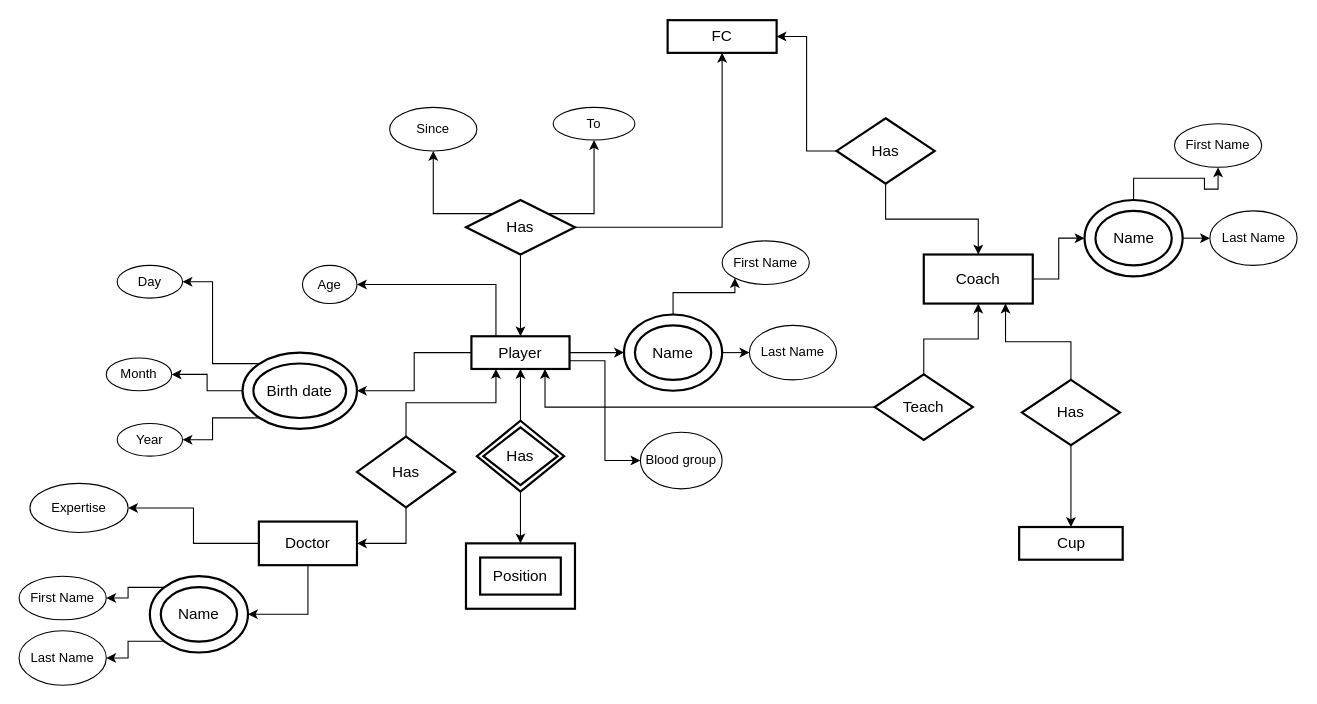
Before: ER-Assignment.drawio in ali4heydari/AP_19, a draw.io diagram. Source tidied: cells renumbered, new cells numbered last; positions are measured from the earlier drawing's top-left corner, leaving out a move shared by most shapes. Both pictures are drawn from the tidied source at 109%, with x=0, y=0 at pixel (19, 20).
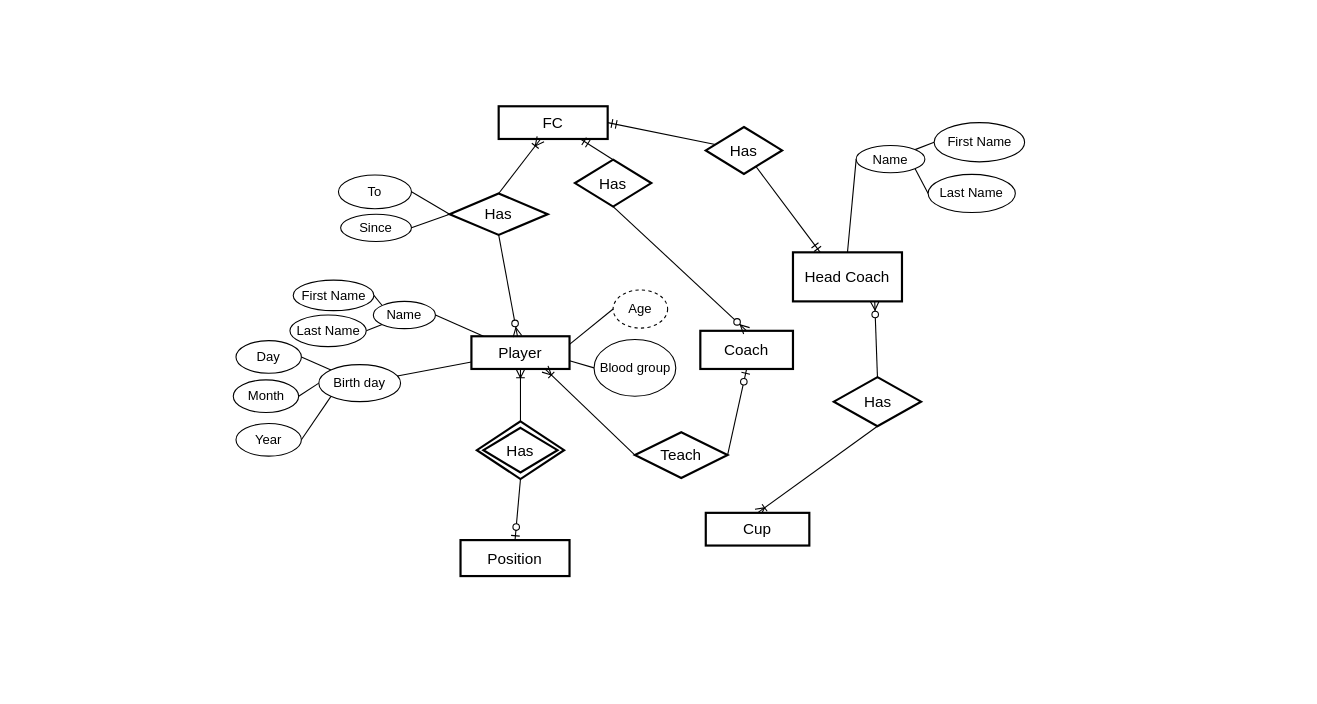
Above is the later version.

The change refers to these unchanged cells:
```xml
<mxCell id="7" value="Player&lt;br&gt;" style="strokeWidth=2;whiteSpace=wrap;html=1;align=center;fontSize=14;" parent="1" vertex="1">
  <mxGeometry x="415" y="290" width="90" height="30" as="geometry" />
</mxCell>
```

The edit, as a diff of the source:
```diff
@@
     <mxCell id="2" value="FC" style="strokeWidth=2;whiteSpace=wrap;html=1;align=center;fontSize=14;" parent="1" vertex="1">
-      <mxGeometry x="595" width="100" height="30" as="geometry" />
+      <mxGeometry x="440" y="79" width="100" height="30" as="geometry" />
     </mxCell>
-    <mxCell id="3" style="edgeStyle=orthogonalEdgeStyle;rounded=0;jettySize=auto;html=1;" parent="1" edge="1" source="7" target="18">
+    <mxCell id="3" style="rounded=0;jettySize=auto;html=1;entryX=1;entryY=0.5;entryDx=0;entryDy=0;endArrow=none;endFill=0;" parent="1" edge="1" source="7" target="63">
       <mxGeometry relative="1" as="geometry" />
     </mxCell>
-    <mxCell id="4" style="edgeStyle=orthogonalEdgeStyle;rounded=0;jettySize=auto;html=1;entryX=1;entryY=0.5;entryDx=0;entryDy=0;" parent="1" edge="1" source="7" target="26">
+    <mxCell id="4" style="rounded=0;jettySize=auto;html=1;endArrow=none;endFill=0;" parent="1" edge="1" source="7" target="62">
       <mxGeometry relative="1" as="geometry" />
     </mxCell>
-    <mxCell id="5" style="edgeStyle=orthogonalEdgeStyle;rounded=0;jettySize=auto;html=1;exitX=1;exitY=0.75;exitDx=0;exitDy=0;entryX=0;entryY=0.5;entryDx=0;entryDy=0;" parent="1" edge="1" source="7" target="21">
+    <mxCell id="5" style="rounded=0;jettySize=auto;html=1;exitX=1;exitY=0.75;exitDx=0;exitDy=0;entryX=0;entryY=0.5;entryDx=0;entryDy=0;endArrow=none;endFill=0;" parent="1" edge="1" source="7" target="21">
       <mxGeometry relative="1" as="geometry" />
     </mxCell>
-    <mxCell id="6" style="edgeStyle=orthogonalEdgeStyle;rounded=0;jettySize=auto;html=1;exitX=0.25;exitY=0;exitDx=0;exitDy=0;entryX=1;entryY=0.5;entryDx=0;entryDy=0;" parent="1" edge="1" source="7" target="22">
+    <mxCell id="6" style="rounded=0;jettySize=auto;html=1;exitX=1;exitY=0.25;exitDx=0;exitDy=0;entryX=0;entryY=0.5;entryDx=0;entryDy=0;endArrow=none;endFill=0;" parent="1" edge="1" source="7" target="22">
       <mxGeometry relative="1" as="geometry" />
     </mxCell>
@@
-    <mxCell id="8" style="edgeStyle=orthogonalEdgeStyle;rounded=0;jettySize=auto;html=1;" parent="1" edge="1" source="12" target="7">
+    <mxCell id="8" style="rounded=0;jettySize=auto;html=1;endArrow=ERzeroToMany;endFill=1;exitX=0.5;exitY=1;exitDx=0;exitDy=0;" parent="1" edge="1" source="12" target="7">
       <mxGeometry relative="1" as="geometry" />
     </mxCell>
-    <mxCell id="9" style="edgeStyle=orthogonalEdgeStyle;rounded=0;jettySize=auto;html=1;" parent="1" edge="1" source="12" target="2">
+    <mxCell id="9" style="rounded=0;jettySize=auto;html=1;endArrow=ERoneToMany;endFill=0;exitX=0.5;exitY=0;exitDx=0;exitDy=0;" parent="1" edge="1" source="12" target="2">
       <mxGeometry relative="1" as="geometry" />
     </mxCell>
-    <mxCell id="10" style="edgeStyle=orthogonalEdgeStyle;rounded=0;jettySize=auto;html=1;exitX=0;exitY=0;exitDx=0;exitDy=0;entryX=0.5;entryY=1;entryDx=0;entryDy=0;" parent="1" edge="1" source="12" target="61">
-      <mxGeometry relative="1" as="geometry">
-        <Array as="points">
-          <mxPoint x="380" y="177" />
-        </Array>
-      </mxGeometry>
+    <mxCell id="10" style="rounded=0;jettySize=auto;html=1;exitX=0;exitY=0.5;exitDx=0;exitDy=0;endArrow=none;endFill=0;entryX=1;entryY=0.5;entryDx=0;entryDy=0;" parent="1" edge="1" source="12" target="61">
+      <mxGeometry relative="1" as="geometry" />
     </mxCell>
-    <mxCell id="11" style="edgeStyle=orthogonalEdgeStyle;rounded=0;jettySize=auto;html=1;exitX=1;exitY=0;exitDx=0;exitDy=0;entryX=0.5;entryY=1;entryDx=0;entryDy=0;" parent="1" edge="1" source="12" target="60">
-      <mxGeometry relative="1" as="geometry">
-        <Array as="points">
-          <mxPoint x="528" y="177" />
-        </Array>
-      </mxGeometry>
+    <mxCell id="11" style="rounded=0;jettySize=auto;html=1;exitX=0;exitY=0.5;exitDx=0;exitDy=0;entryX=1;entryY=0.5;entryDx=0;entryDy=0;endArrow=none;endFill=0;" parent="1" edge="1" source="12" target="60">
+      <mxGeometry relative="1" as="geometry" />
     </mxCell>
     <mxCell id="12" value="Has" style="shape=rhombus;strokeWidth=2;fontSize=17;perimeter=rhombusPerimeter;whiteSpace=wrap;html=1;align=center;fontSize=14;" parent="1" vertex="1">
-      <mxGeometry x="410" y="165" width="100" height="50" as="geometry" />
+      <mxGeometry x="395" y="159" width="90" height="38" as="geometry" />
     </mxCell>
-    <mxCell id="13" value="Position&lt;br&gt;" style="shape=ext;strokeWidth=2;margin=10;double=1;whiteSpace=wrap;html=1;align=center;fontSize=14;" parent="1" vertex="1">
-      <mxGeometry x="410" y="480" width="100" height="60" as="geometry" />
-    </mxCell>
-    <mxCell id="14" style="edgeStyle=orthogonalEdgeStyle;rounded=0;jettySize=auto;html=1;entryX=0.5;entryY=1;entryDx=0;entryDy=0;exitX=0.5;exitY=0;exitDx=0;exitDy=0;" parent="1" edge="1" source="59" target="7">
+    <mxCell id="14" style="edgeStyle=orthogonalEdgeStyle;rounded=0;jettySize=auto;html=1;entryX=0.5;entryY=1;entryDx=0;entryDy=0;exitX=0.5;exitY=0;exitDx=0;exitDy=0;endArrow=ERoneToMany;endFill=0;" parent="1" edge="1" source="59" target="7">
       <mxGeometry relative="1" as="geometry" />
     </mxCell>
-    <mxCell id="15" style="edgeStyle=orthogonalEdgeStyle;rounded=0;jettySize=auto;html=1;entryX=0.5;entryY=0;entryDx=0;entryDy=0;exitX=0.5;exitY=1;exitDx=0;exitDy=0;" parent="1" edge="1" source="59" target="13">
+    <mxCell id="15" style="rounded=0;jettySize=auto;html=1;entryX=0.5;entryY=0;entryDx=0;entryDy=0;exitX=0.5;exitY=1;exitDx=0;exitDy=0;endArrow=ERzeroToOne;endFill=1;" parent="1" edge="1" source="59" target="13">
       <mxGeometry relative="1" as="geometry" />
     </mxCell>
-    <mxCell id="16" style="edgeStyle=orthogonalEdgeStyle;rounded=0;jettySize=auto;html=1;exitX=1;exitY=0.5;exitDx=0;exitDy=0;entryX=0;entryY=0.5;entryDx=0;entryDy=0;" parent="1" edge="1" source="18" target="20">
+    <mxCell id="16" style="rounded=0;jettySize=auto;html=1;exitX=0;exitY=1;exitDx=0;exitDy=0;entryX=1;entryY=0.5;entryDx=0;entryDy=0;endArrow=none;endFill=0;" parent="1" edge="1" source="63" target="20">
       <mxGeometry relative="1" as="geometry" />
     </mxCell>
-    <mxCell id="17" style="edgeStyle=orthogonalEdgeStyle;rounded=0;jettySize=auto;html=1;exitX=0.5;exitY=0;exitDx=0;exitDy=0;entryX=0;entryY=1;entryDx=0;entryDy=0;" parent="1" edge="1" source="18" target="19">
+    <mxCell id="17" style="rounded=0;jettySize=auto;html=1;exitX=0;exitY=0;exitDx=0;exitDy=0;entryX=1;entryY=0.5;entryDx=0;entryDy=0;endArrow=none;endFill=0;" parent="1" edge="1" source="63" target="19">
       <mxGeometry relative="1" as="geometry" />
     </mxCell>
-    <mxCell id="18" value="Name" style="ellipse;shape=doubleEllipse;margin=10;strokeWidth=2;fontSize=14;whiteSpace=wrap;html=1;align=center;" parent="1" vertex="1">
-      <mxGeometry x="555" y="270" width="90" height="70" as="geometry" />
-    </mxCell>
     <mxCell id="19" value="First Name&lt;br&gt;" style="ellipse;whiteSpace=wrap;html=1;" parent="1" vertex="1">
-      <mxGeometry x="645" y="202.5" width="80" height="40" as="geometry" />
+      <mxGeometry x="251.5" y="238.5" width="74" height="28" as="geometry" />
     </mxCell>
     <mxCell id="20" value="Last Name" style="ellipse;whiteSpace=wrap;html=1;" parent="1" vertex="1">
-      <mxGeometry x="670" y="280" width="80" height="50" as="geometry" />
+      <mxGeometry x="248.5" y="270.5" width="70" height="29" as="geometry" />
     </mxCell>
     <mxCell id="21" value="Blood group" style="ellipse;whiteSpace=wrap;html=1;" parent="1" vertex="1">
-      <mxGeometry x="570" y="378" width="75" height="52" as="geometry" />
+      <mxGeometry x="527.5" y="293" width="75" height="52" as="geometry" />
     </mxCell>
-    <mxCell id="22" value="Age" style="ellipse;whiteSpace=wrap;html=1;" parent="1" vertex="1">
-      <mxGeometry x="260" y="225" width="50" height="35" as="geometry" />
+    <mxCell id="22" value="Age" style="ellipse;whiteSpace=wrap;html=1;dashed=1;" parent="1" vertex="1">
+      <mxGeometry x="545" y="247.5" width="50" height="35" as="geometry" />
     </mxCell>
-    <mxCell id="23" style="edgeStyle=orthogonalEdgeStyle;rounded=0;jettySize=auto;html=1;entryX=1;entryY=0.5;entryDx=0;entryDy=0;" parent="1" edge="1" source="26" target="28">
+    <mxCell id="23" style="rounded=0;jettySize=auto;html=1;entryX=1;entryY=0.5;entryDx=0;entryDy=0;exitX=0;exitY=0.5;exitDx=0;exitDy=0;endArrow=none;endFill=0;" parent="1" edge="1" source="62" target="28">
       <mxGeometry relative="1" as="geometry" />
     </mxCell>
-    <mxCell id="24" style="edgeStyle=orthogonalEdgeStyle;rounded=0;jettySize=auto;html=1;exitX=0;exitY=1;exitDx=0;exitDy=0;entryX=1;entryY=0.5;entryDx=0;entryDy=0;" parent="1" edge="1" source="26" target="29">
+    <mxCell id="24" style="rounded=0;jettySize=auto;html=1;exitX=0;exitY=1;exitDx=0;exitDy=0;entryX=1;entryY=0.5;entryDx=0;entryDy=0;endArrow=none;endFill=0;" parent="1" edge="1" source="62" target="29">
       <mxGeometry relative="1" as="geometry" />
     </mxCell>
-    <mxCell id="25" style="edgeStyle=orthogonalEdgeStyle;rounded=0;jettySize=auto;html=1;exitX=0;exitY=0;exitDx=0;exitDy=0;entryX=1;entryY=0.5;entryDx=0;entryDy=0;" parent="1" edge="1" source="26" target="27">
+    <mxCell id="25" style="rounded=0;jettySize=auto;html=1;exitX=0;exitY=0;exitDx=0;exitDy=0;entryX=1;entryY=0.5;entryDx=0;entryDy=0;endArrow=none;endFill=0;" parent="1" edge="1" source="62" target="27">
       <mxGeometry relative="1" as="geometry" />
     </mxCell>
-    <mxCell id="26" value="Birth date" style="ellipse;shape=doubleEllipse;margin=10;strokeWidth=2;fontSize=14;whiteSpace=wrap;html=1;align=center;" parent="1" vertex="1">
-      <mxGeometry x="205" y="305" width="105" height="70" as="geometry" />
-    </mxCell>
     <mxCell id="27" value="Day" style="ellipse;whiteSpace=wrap;html=1;" parent="1" vertex="1">
-      <mxGeometry x="90" y="225" width="60" height="30" as="geometry" />
+      <mxGeometry x="199" y="294" width="60" height="30" as="geometry" />
     </mxCell>
     <mxCell id="28" value="Month" style="ellipse;whiteSpace=wrap;html=1;" parent="1" vertex="1">
-      <mxGeometry x="80" y="310" width="60" height="30" as="geometry" />
+      <mxGeometry x="196.5" y="330" width="60" height="30" as="geometry" />
     </mxCell>
     <mxCell id="29" value="Year" style="ellipse;whiteSpace=wrap;html=1;" parent="1" vertex="1">
-      <mxGeometry x="90" y="370" width="60" height="30" as="geometry" />
+      <mxGeometry x="199" y="370" width="60" height="30" as="geometry" />
     </mxCell>
-    <mxCell id="30" style="edgeStyle=orthogonalEdgeStyle;rounded=0;jettySize=auto;html=1;entryX=0;entryY=0.5;entryDx=0;entryDy=0;" parent="1" edge="1" source="31" target="37">
+    <mxCell id="30" style="rounded=0;jettySize=auto;html=1;entryX=0;entryY=0.5;entryDx=0;entryDy=0;endArrow=none;endFill=0;exitX=0.5;exitY=0;exitDx=0;exitDy=0;" parent="1" edge="1" source="31" target="68">
       <mxGeometry relative="1" as="geometry" />
     </mxCell>
-    <mxCell id="31" value="Coach" style="strokeWidth=2;whiteSpace=wrap;html=1;align=center;fontSize=14;" parent="1" vertex="1">
-      <mxGeometry x="830" y="215" width="100" height="45" as="geometry" />
+    <mxCell id="31" value="Head Coach" style="strokeWidth=2;whiteSpace=wrap;html=1;align=center;fontSize=14;" parent="1" vertex="1">
+      <mxGeometry x="710" y="213" width="100" height="45" as="geometry" />
     </mxCell>
-    <mxCell id="32" style="edgeStyle=orthogonalEdgeStyle;rounded=0;jettySize=auto;html=1;entryX=0.5;entryY=0;entryDx=0;entryDy=0;" parent="1" edge="1" source="34" target="31">
+    <mxCell id="32" style="rounded=0;jettySize=auto;html=1;entryX=0.25;entryY=0;entryDx=0;entryDy=0;endArrow=ERmandOne;endFill=0;" parent="1" edge="1" source="34" target="31">
       <mxGeometry relative="1" as="geometry" />
     </mxCell>
-    <mxCell id="33" style="edgeStyle=orthogonalEdgeStyle;rounded=0;jettySize=auto;html=1;entryX=1;entryY=0.5;entryDx=0;entryDy=0;" parent="1" edge="1" source="34" target="2">
+    <mxCell id="33" style="rounded=0;jettySize=auto;html=1;entryX=1;entryY=0.5;entryDx=0;entryDy=0;endArrow=ERmandOne;endFill=0;" parent="1" edge="1" source="34" target="2">
       <mxGeometry relative="1" as="geometry" />
     </mxCell>
     <mxCell id="34" value="Has" style="shape=rhombus;strokeWidth=2;fontSize=17;perimeter=rhombusPerimeter;whiteSpace=wrap;html=1;align=center;fontSize=14;" parent="1" vertex="1">
-      <mxGeometry x="750" y="90" width="90" height="60" as="geometry" />
+      <mxGeometry x="630" y="98" width="70" height="43" as="geometry" />
     </mxCell>
-    <mxCell id="35" style="edgeStyle=orthogonalEdgeStyle;rounded=0;jettySize=auto;html=1;entryX=0.5;entryY=1;entryDx=0;entryDy=0;" parent="1" edge="1" source="37" target="38">
-      <mxGeometry relative="1" as="geometry" />
-    </mxCell>
-    <mxCell id="36" style="edgeStyle=orthogonalEdgeStyle;rounded=0;jettySize=auto;html=1;exitX=1;exitY=0.5;exitDx=0;exitDy=0;entryX=0;entryY=0.5;entryDx=0;entryDy=0;" parent="1" edge="1" source="37" target="39">
-      <mxGeometry relative="1" as="geometry" />
-    </mxCell>
-    <mxCell id="37" value="Name" style="ellipse;shape=doubleEllipse;margin=10;strokeWidth=2;fontSize=14;whiteSpace=wrap;html=1;align=center;" parent="1" vertex="1">
-      <mxGeometry x="977.5" y="165" width="90" height="70" as="geometry" />
-    </mxCell>
-    <mxCell id="38" value="First Name&lt;br&gt;" style="ellipse;whiteSpace=wrap;html=1;" parent="1" vertex="1">
-      <mxGeometry x="1060" y="95" width="80" height="40" as="geometry" />
-    </mxCell>
-    <mxCell id="39" value="Last Name" style="ellipse;whiteSpace=wrap;html=1;" parent="1" vertex="1">
-      <mxGeometry x="1092.5" y="175" width="80" height="50" as="geometry" />
-    </mxCell>
-    <mxCell id="40" style="edgeStyle=orthogonalEdgeStyle;rounded=0;jettySize=auto;html=1;entryX=0.75;entryY=1;entryDx=0;entryDy=0;" parent="1" edge="1" source="42" target="7">
+    <mxCell id="40" style="rounded=0;jettySize=auto;html=1;entryX=0.75;entryY=1;entryDx=0;entryDy=0;strokeColor=#000000;endArrow=ERoneToMany;endFill=0;exitX=0;exitY=0.5;exitDx=0;exitDy=0;" parent="1" edge="1" source="42" target="7">
       <mxGeometry relative="1" as="geometry" />
     </mxCell>
-    <mxCell id="41" style="edgeStyle=orthogonalEdgeStyle;rounded=0;jettySize=auto;html=1;exitX=0.5;exitY=0;exitDx=0;exitDy=0;entryX=0.5;entryY=1;entryDx=0;entryDy=0;" parent="1" edge="1" source="42" target="31">
+    <mxCell id="41" style="rounded=0;jettySize=auto;html=1;exitX=1;exitY=0.5;exitDx=0;exitDy=0;entryX=0.5;entryY=1;entryDx=0;entryDy=0;endArrow=ERzeroToOne;endFill=1;" parent="1" edge="1" source="42" target="69">
       <mxGeometry relative="1" as="geometry" />
     </mxCell>
     <mxCell id="42" value="Teach" style="shape=rhombus;strokeWidth=2;fontSize=17;perimeter=rhombusPerimeter;whiteSpace=wrap;html=1;align=center;fontSize=14;" parent="1" vertex="1">
-      <mxGeometry x="785" y="325" width="90" height="60" as="geometry" />
+      <mxGeometry x="565" y="378" width="85" height="42" as="geometry" />
     </mxCell>
-    <mxCell id="43" style="edgeStyle=orthogonalEdgeStyle;rounded=0;jettySize=auto;html=1;exitX=0.5;exitY=0;exitDx=0;exitDy=0;entryX=0.75;entryY=1;entryDx=0;entryDy=0;" parent="1" edge="1" source="45" target="31">
+    <mxCell id="43" style="rounded=0;jettySize=auto;html=1;exitX=0.5;exitY=0;exitDx=0;exitDy=0;entryX=0.75;entryY=1;entryDx=0;entryDy=0;endArrow=ERzeroToMany;endFill=1;" parent="1" edge="1" source="45" target="31">
       <mxGeometry relative="1" as="geometry" />
     </mxCell>
-    <mxCell id="44" style="edgeStyle=orthogonalEdgeStyle;rounded=0;jettySize=auto;html=1;exitX=0.5;exitY=1;exitDx=0;exitDy=0;entryX=0.5;entryY=0;entryDx=0;entryDy=0;" parent="1" edge="1" source="45" target="46">
+    <mxCell id="44" style="rounded=0;jettySize=auto;html=1;exitX=0.5;exitY=1;exitDx=0;exitDy=0;entryX=0.5;entryY=0;entryDx=0;entryDy=0;endArrow=ERoneToMany;endFill=0;" parent="1" edge="1" source="45" target="46">
       <mxGeometry relative="1" as="geometry" />
     </mxCell>
     <mxCell id="45" value="Has" style="shape=rhombus;strokeWidth=2;fontSize=17;perimeter=rhombusPerimeter;whiteSpace=wrap;html=1;align=center;fontSize=14;" parent="1" vertex="1">
-      <mxGeometry x="920" y="330" width="90" height="60" as="geometry" />
+      <mxGeometry x="747.5" y="327.5" width="80" height="45" as="geometry" />
     </mxCell>
     <mxCell id="46" value="Cup" style="strokeWidth=2;whiteSpace=wrap;html=1;align=center;fontSize=14;" parent="1" vertex="1">
-      <mxGeometry x="917.5" y="465" width="95" height="30" as="geometry" />
+      <mxGeometry x="630" y="452" width="95" height="30" as="geometry" />
     </mxCell>
-    <mxCell id="47" style="edgeStyle=orthogonalEdgeStyle;rounded=0;jettySize=auto;html=1;exitX=0.5;exitY=1;exitDx=0;exitDy=0;entryX=1;entryY=0.5;entryDx=0;entryDy=0;" parent="1" edge="1" source="49" target="52">
-      <mxGeometry relative="1" as="geometry" />
-    </mxCell>
-    <mxCell id="48" style="edgeStyle=orthogonalEdgeStyle;rounded=0;jettySize=auto;html=1;" parent="1" edge="1" source="49" target="58">
-      <mxGeometry relative="1" as="geometry" />
-    </mxCell>
-    <mxCell id="49" value="Doctor" style="strokeWidth=2;whiteSpace=wrap;html=1;align=center;fontSize=14;" parent="1" vertex="1">
-      <mxGeometry x="220" y="460" width="90" height="40" as="geometry" />
-    </mxCell>
-    <mxCell id="50" style="edgeStyle=orthogonalEdgeStyle;rounded=0;jettySize=auto;html=1;exitX=0;exitY=0;exitDx=0;exitDy=0;entryX=1;entryY=0.5;entryDx=0;entryDy=0;" parent="1" edge="1" source="52" target="53">
-      <mxGeometry relative="1" as="geometry" />
-    </mxCell>
-    <mxCell id="51" style="edgeStyle=orthogonalEdgeStyle;rounded=0;jettySize=auto;html=1;exitX=0;exitY=1;exitDx=0;exitDy=0;entryX=1;entryY=0.5;entryDx=0;entryDy=0;" parent="1" edge="1" source="52" target="54">
-      <mxGeometry relative="1" as="geometry" />
-    </mxCell>
-    <mxCell id="52" value="Name" style="ellipse;shape=doubleEllipse;margin=10;strokeWidth=2;fontSize=14;whiteSpace=wrap;html=1;align=center;" parent="1" vertex="1">
-      <mxGeometry x="120" y="510.1" width="90" height="70" as="geometry" />
-    </mxCell>
-    <mxCell id="53" value="First Name&lt;br&gt;" style="ellipse;whiteSpace=wrap;html=1;" parent="1" vertex="1">
-      <mxGeometry y="510.1" width="80" height="40" as="geometry" />
-    </mxCell>
-    <mxCell id="54" value="Last Name" style="ellipse;whiteSpace=wrap;html=1;" parent="1" vertex="1">
-      <mxGeometry y="560.1" width="80" height="50" as="geometry" />
-    </mxCell>
-    <mxCell id="55" style="edgeStyle=orthogonalEdgeStyle;rounded=0;jettySize=auto;html=1;entryX=1;entryY=0.5;entryDx=0;entryDy=0;" parent="1" edge="1" source="57" target="49">
-      <mxGeometry relative="1" as="geometry" />
-    </mxCell>
-    <mxCell id="56" style="edgeStyle=orthogonalEdgeStyle;rounded=0;jettySize=auto;html=1;exitX=0.5;exitY=0;exitDx=0;exitDy=0;entryX=0.25;entryY=1;entryDx=0;entryDy=0;" parent="1" edge="1" source="57" target="7">
-      <mxGeometry relative="1" as="geometry" />
-    </mxCell>
-    <mxCell id="57" value="Has" style="shape=rhombus;strokeWidth=2;fontSize=17;perimeter=rhombusPerimeter;whiteSpace=wrap;html=1;align=center;fontSize=14;" parent="1" vertex="1">
-      <mxGeometry x="310" y="382" width="90" height="65" as="geometry" />
-    </mxCell>
-    <mxCell id="58" value="Expertise" style="ellipse;whiteSpace=wrap;html=1;" parent="1" vertex="1">
-      <mxGeometry x="10" y="425" width="90" height="45" as="geometry" />
-    </mxCell>
     <mxCell id="59" value="Has" style="shape=rhombus;double=1;strokeWidth=2;fontSize=17;perimeter=rhombusPerimeter;whiteSpace=wrap;html=1;align=center;fontSize=14;" parent="1" vertex="1">
-      <mxGeometry x="420" y="367.5" width="80" height="65" as="geometry" />
+      <mxGeometry x="420" y="368" width="80" height="53" as="geometry" />
     </mxCell>
     <mxCell id="60" value="To" style="ellipse;whiteSpace=wrap;html=1;" parent="1" vertex="1">
-      <mxGeometry x="490" y="80" width="75" height="30" as="geometry" />
+      <mxGeometry x="293" y="142" width="67" height="31" as="geometry" />
     </mxCell>
     <mxCell id="61" value="Since" style="ellipse;whiteSpace=wrap;html=1;" parent="1" vertex="1">
-      <mxGeometry x="340" y="80" width="80" height="40" as="geometry" />
+      <mxGeometry x="295" y="178" width="65" height="25" as="geometry" />
     </mxCell>
+    <mxCell id="62" value="Birth day" style="ellipse;whiteSpace=wrap;html=1;" parent="1" vertex="1">
+      <mxGeometry x="275" y="316" width="75" height="34" as="geometry" />
+    </mxCell>
+    <mxCell id="63" value="Name" style="ellipse;whiteSpace=wrap;html=1;" parent="1" vertex="1">
+      <mxGeometry x="325" y="258" width="57" height="25" as="geometry" />
+    </mxCell>
+    <mxCell id="64" style="rounded=0;jettySize=auto;html=1;exitX=1;exitY=1;exitDx=0;exitDy=0;entryX=0;entryY=0.5;entryDx=0;entryDy=0;endArrow=none;endFill=0;" parent="1" edge="1" source="68" target="67">
+      <mxGeometry relative="1" as="geometry" />
+    </mxCell>
+    <mxCell id="65" style="rounded=0;jettySize=auto;html=1;exitX=1;exitY=0;exitDx=0;exitDy=0;entryX=0;entryY=0.5;entryDx=0;entryDy=0;endArrow=none;endFill=0;" parent="1" edge="1" source="68" target="66">
+      <mxGeometry relative="1" as="geometry" />
+    </mxCell>
+    <mxCell id="66" value="First Name&lt;br&gt;" style="ellipse;whiteSpace=wrap;html=1;" parent="1" vertex="1">
+      <mxGeometry x="839.5" y="94" width="83" height="36" as="geometry" />
+    </mxCell>
+    <mxCell id="67" value="Last Name" style="ellipse;whiteSpace=wrap;html=1;" parent="1" vertex="1">
+      <mxGeometry x="834" y="141.5" width="80" height="35" as="geometry" />
+    </mxCell>
+    <mxCell id="68" value="Name" style="ellipse;whiteSpace=wrap;html=1;" parent="1" vertex="1">
+      <mxGeometry x="768" y="115" width="63" height="25" as="geometry" />
+    </mxCell>
+    <mxCell id="69" value="Coach" style="strokeWidth=2;whiteSpace=wrap;html=1;align=center;fontSize=14;" parent="1" vertex="1">
+      <mxGeometry x="625" y="285" width="85" height="35" as="geometry" />
+    </mxCell>
+    <mxCell id="70" style="edgeStyle=none;rounded=0;jettySize=auto;html=1;exitX=0.5;exitY=0;exitDx=0;exitDy=0;entryX=0.75;entryY=1;entryDx=0;entryDy=0;endArrow=ERmandOne;endFill=0;strokeColor=#000000;" parent="1" edge="1" source="57" target="2">
+      <mxGeometry relative="1" as="geometry" />
+    </mxCell>
+    <mxCell id="71" style="edgeStyle=none;rounded=0;jettySize=auto;html=1;exitX=0.5;exitY=1;exitDx=0;exitDy=0;entryX=0.5;entryY=0;entryDx=0;entryDy=0;endArrow=ERzeroToMany;endFill=1;strokeColor=#000000;" parent="1" edge="1" source="57" target="69">
+      <mxGeometry relative="1" as="geometry" />
+    </mxCell>
+    <mxCell id="57" value="Has" style="shape=rhombus;strokeWidth=2;fontSize=17;perimeter=rhombusPerimeter;whiteSpace=wrap;html=1;align=center;fontSize=14;" parent="1" vertex="1">
+      <mxGeometry x="510" y="128" width="70" height="43" as="geometry" />
+    </mxCell>
+    <mxCell id="13" value="Position&lt;br&gt;" style="strokeWidth=2;whiteSpace=wrap;html=1;align=center;fontSize=14;" parent="1" vertex="1">
+      <mxGeometry x="405" y="477" width="100" height="33" as="geometry" />
+    </mxCell>
```
